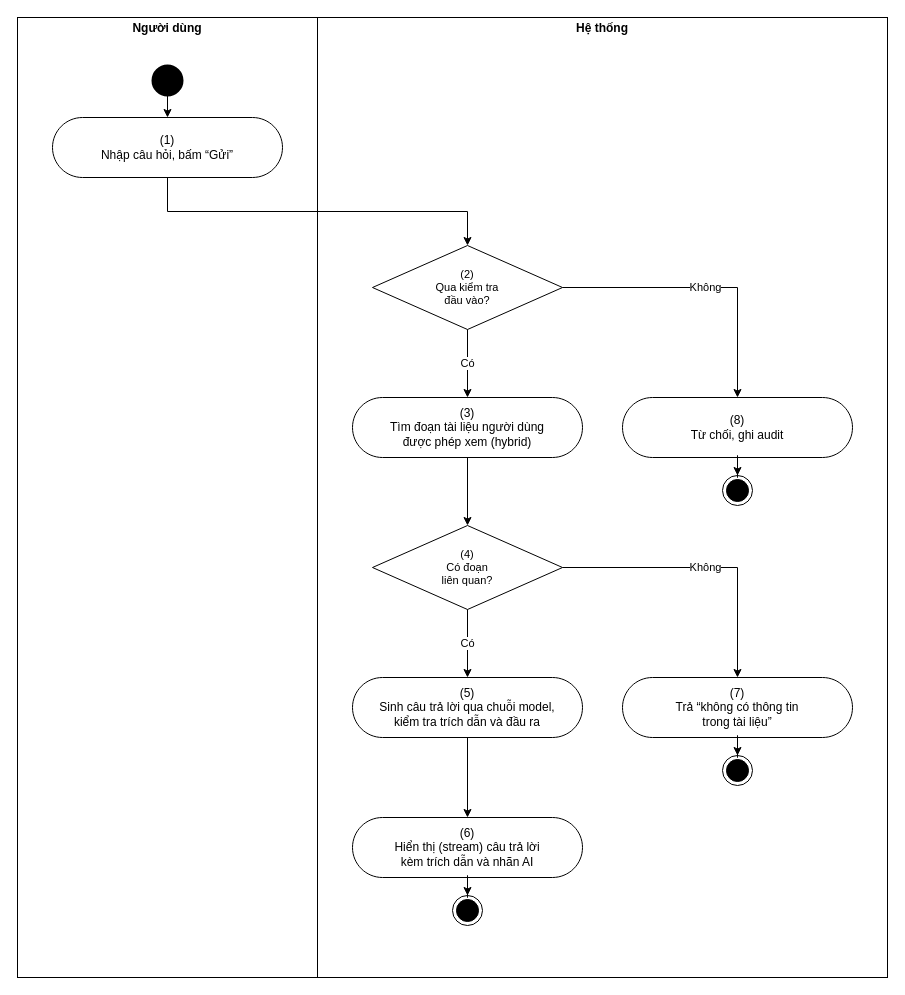
Earlier version of the draw.io diagram page "UC 32 Ask the medical knowledge assistant" (1 of 5) of docs/02-requirements/srs/dist/diagrams/10-activity-ai.drawio (viethung12062005/smart-hospital-platform). Source tidied: cells renumbered, new cells numbered last; positions are measured from the earlier drawing's top-left corner, leaving out a move shared by most shapes. Both pictures are drawn from the tidied source at 100%, with x=0, y=0 at pixel (17, 17).
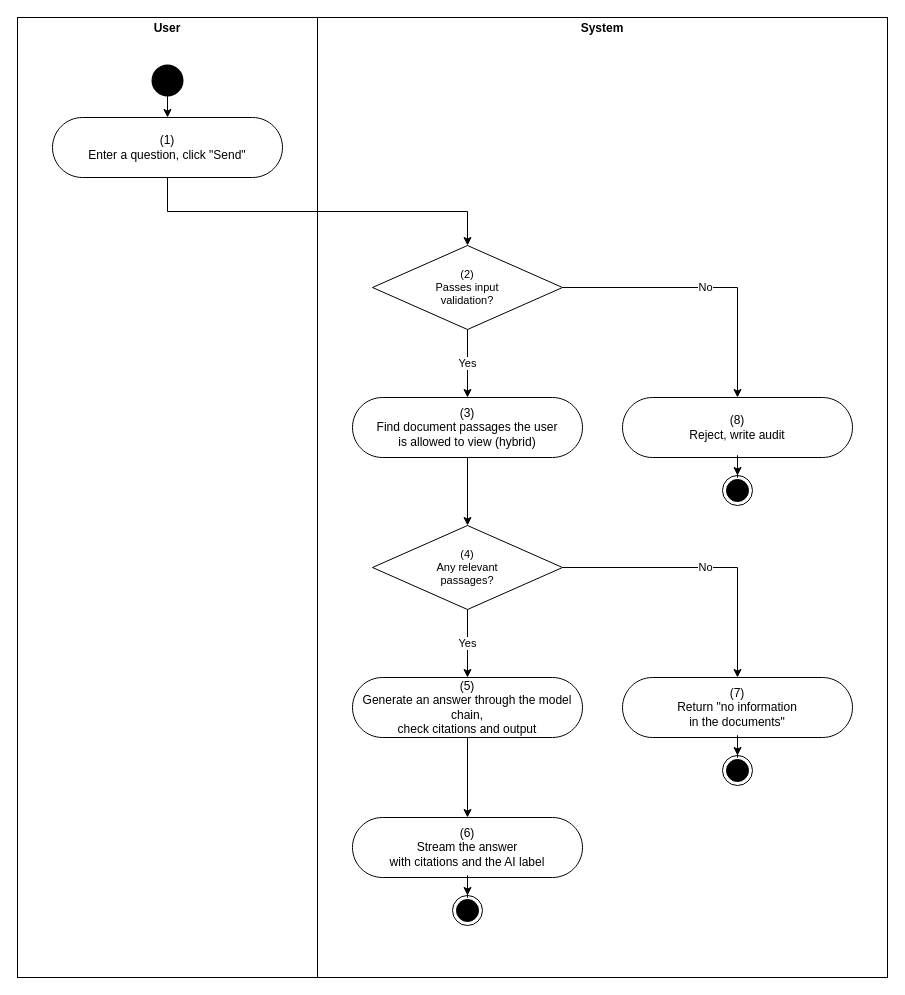
The same page after the edit.

The edit, as a diff of the source:
```diff
@@
-    <mxCell id="2" value="&lt;p style=&quot;margin:0px;margin-top:4px;text-align:center&quot;&gt;&lt;b&gt;Người dùng&lt;/b&gt;&lt;/p&gt;" style="verticalAlign=top;align=left;overflow=fill;fontSize=12;fontFamily=Helvetica;html=1;rounded=0;shadow=0;strokeColor=#000000;gradientColor=none;whiteSpace=wrap;" parent="1" vertex="1">
+    <mxCell id="2" value="&lt;p style=&quot;margin:0px;margin-top:4px;text-align:center&quot;&gt;&lt;b&gt;User&lt;/b&gt;&lt;/p&gt;" style="verticalAlign=top;align=left;overflow=fill;fontSize=12;fontFamily=Helvetica;html=1;rounded=0;shadow=0;strokeColor=#000000;gradientColor=none;whiteSpace=wrap;" parent="1" vertex="1">
       <mxGeometry width="300" height="960" as="geometry" />
     </mxCell>
-    <mxCell id="3" value="&lt;p style=&quot;margin:0px;margin-top:4px;text-align:center&quot;&gt;&lt;b&gt;Hệ thống&lt;/b&gt;&lt;/p&gt;" style="verticalAlign=top;align=left;overflow=fill;fontSize=12;fontFamily=Helvetica;html=1;rounded=0;shadow=0;strokeColor=#000000;gradientColor=none;whiteSpace=wrap;" parent="1" vertex="1">
+    <mxCell id="3" value="&lt;p style=&quot;margin:0px;margin-top:4px;text-align:center&quot;&gt;&lt;b&gt;System&lt;/b&gt;&lt;/p&gt;" style="verticalAlign=top;align=left;overflow=fill;fontSize=12;fontFamily=Helvetica;html=1;rounded=0;shadow=0;strokeColor=#000000;gradientColor=none;whiteSpace=wrap;" parent="1" vertex="1">
       <mxGeometry x="300" width="570" height="960" as="geometry" />
     </mxCell>
-    <mxCell id="4" value="(1)&lt;br&gt;Nhập câu hỏi, bấm “Gửi”" style="html=1;dashed=0;whitespace=wrap;shape=mxgraph.dfd.start;rounded=0;shadow=0;strokeColor=#000000;gradientColor=none;whiteSpace=wrap;fontSize=12;" parent="1" vertex="1">
+    <mxCell id="4" value="(1)&lt;br&gt;Enter a question, click &amp;quot;Send&amp;quot;" style="html=1;dashed=0;whitespace=wrap;shape=mxgraph.dfd.start;rounded=0;shadow=0;strokeColor=#000000;gradientColor=none;whiteSpace=wrap;fontSize=12;" parent="1" vertex="1">
       <mxGeometry x="35" y="100" width="230" height="60" as="geometry" />
     </mxCell>
-    <mxCell id="5" value="(2)&lt;br&gt;Qua kiểm tra&lt;br&gt;đầu vào?" style="rhombus;html=1;whiteSpace=wrap;strokeColor=#000000;fontSize=11;" parent="1" vertex="1">
+    <mxCell id="5" value="(2)&lt;br&gt;Passes input&lt;br&gt;validation?" style="rhombus;html=1;whiteSpace=wrap;strokeColor=#000000;fontSize=11;" parent="1" vertex="1">
       <mxGeometry x="355" y="228" width="190" height="84" as="geometry" />
     </mxCell>
-    <mxCell id="6" value="(3)&lt;br&gt;Tìm đoạn tài liệu người dùng&lt;br&gt;được phép xem (hybrid)" style="html=1;dashed=0;whitespace=wrap;shape=mxgraph.dfd.start;rounded=0;shadow=0;strokeColor=#000000;gradientColor=none;whiteSpace=wrap;fontSize=12;" parent="1" vertex="1">
+    <mxCell id="6" value="(3)&lt;br&gt;Find document passages the user&lt;br&gt;is allowed to view (hybrid)" style="html=1;dashed=0;whitespace=wrap;shape=mxgraph.dfd.start;rounded=0;shadow=0;strokeColor=#000000;gradientColor=none;whiteSpace=wrap;fontSize=12;" parent="1" vertex="1">
       <mxGeometry x="335" y="380" width="230" height="60" as="geometry" />
     </mxCell>
-    <mxCell id="7" value="(4)&lt;br&gt;Có đoạn&lt;br&gt;liên quan?" style="rhombus;html=1;whiteSpace=wrap;strokeColor=#000000;fontSize=11;" parent="1" vertex="1">
+    <mxCell id="7" value="(4)&lt;br&gt;Any relevant&lt;br&gt;passages?" style="rhombus;html=1;whiteSpace=wrap;strokeColor=#000000;fontSize=11;" parent="1" vertex="1">
       <mxGeometry x="355" y="508" width="190" height="84" as="geometry" />
     </mxCell>
-    <mxCell id="8" value="(5)&lt;br&gt;Sinh câu trả lời qua chuỗi model,&lt;br&gt;kiểm tra trích dẫn và đầu ra" style="html=1;dashed=0;whitespace=wrap;shape=mxgraph.dfd.start;rounded=0;shadow=0;strokeColor=#000000;gradientColor=none;whiteSpace=wrap;fontSize=12;" parent="1" vertex="1">
+    <mxCell id="8" value="(5)&lt;br&gt;Generate an answer through the model chain,&lt;br&gt;check citations and output" style="html=1;dashed=0;whitespace=wrap;shape=mxgraph.dfd.start;rounded=0;shadow=0;strokeColor=#000000;gradientColor=none;whiteSpace=wrap;fontSize=12;" parent="1" vertex="1">
       <mxGeometry x="335" y="660" width="230" height="60" as="geometry" />
     </mxCell>
-    <mxCell id="9" value="(6)&lt;br&gt;Hiển thị (stream) câu trả lời&lt;br&gt;kèm trích dẫn và nhãn AI" style="html=1;dashed=0;whitespace=wrap;shape=mxgraph.dfd.start;rounded=0;shadow=0;strokeColor=#000000;gradientColor=none;whiteSpace=wrap;fontSize=12;" parent="1" vertex="1">
+    <mxCell id="9" value="(6)&lt;br&gt;Stream the answer&lt;br&gt;with citations and the AI label" style="html=1;dashed=0;whitespace=wrap;shape=mxgraph.dfd.start;rounded=0;shadow=0;strokeColor=#000000;gradientColor=none;whiteSpace=wrap;fontSize=12;" parent="1" vertex="1">
       <mxGeometry x="335" y="800" width="230" height="60" as="geometry" />
     </mxCell>
-    <mxCell id="10" value="(7)&lt;br&gt;Trả “không có thông tin&lt;br&gt;trong tài liệu”" style="html=1;dashed=0;whitespace=wrap;shape=mxgraph.dfd.start;rounded=0;shadow=0;strokeColor=#000000;gradientColor=none;whiteSpace=wrap;fontSize=12;" parent="1" vertex="1">
+    <mxCell id="10" value="(7)&lt;br&gt;Return &amp;quot;no information&lt;br&gt;in the documents&amp;quot;" style="html=1;dashed=0;whitespace=wrap;shape=mxgraph.dfd.start;rounded=0;shadow=0;strokeColor=#000000;gradientColor=none;whiteSpace=wrap;fontSize=12;" parent="1" vertex="1">
       <mxGeometry x="605" y="660" width="230" height="60" as="geometry" />
     </mxCell>
-    <mxCell id="11" value="(8)&lt;br&gt;Từ chối, ghi audit" style="html=1;dashed=0;whitespace=wrap;shape=mxgraph.dfd.start;rounded=0;shadow=0;strokeColor=#000000;gradientColor=none;whiteSpace=wrap;fontSize=12;" parent="1" vertex="1">
+    <mxCell id="11" value="(8)&lt;br&gt;Reject, write audit" style="html=1;dashed=0;whitespace=wrap;shape=mxgraph.dfd.start;rounded=0;shadow=0;strokeColor=#000000;gradientColor=none;whiteSpace=wrap;fontSize=12;" parent="1" vertex="1">
       <mxGeometry x="605" y="380" width="230" height="60" as="geometry" />
     </mxCell>
@@
-    <mxCell id="15" value="Có" style="edgeStyle=orthogonalEdgeStyle;rounded=0;jettySize=auto;html=1;exitX=0.5;exitY=1;exitDx=0;exitDy=0;entryX=0.5;entryY=0;entryDx=0;entryDy=0;" parent="1" edge="1" source="5" target="6">
+    <mxCell id="15" value="Yes" style="edgeStyle=orthogonalEdgeStyle;rounded=0;jettySize=auto;html=1;exitX=0.5;exitY=1;exitDx=0;exitDy=0;entryX=0.5;entryY=0;entryDx=0;entryDy=0;" parent="1" edge="1" source="5" target="6">
       <mxGeometry relative="1" as="geometry" />
     </mxCell>
-    <mxCell id="16" value="Không" style="edgeStyle=orthogonalEdgeStyle;rounded=0;jettySize=auto;html=1;exitX=1;exitY=0.5;exitDx=0;exitDy=0;entryX=0.5;entryY=0;entryDx=0;entryDy=0;" parent="1" edge="1" source="5" target="11">
+    <mxCell id="16" value="No" style="edgeStyle=orthogonalEdgeStyle;rounded=0;jettySize=auto;html=1;exitX=1;exitY=0.5;exitDx=0;exitDy=0;entryX=0.5;entryY=0;entryDx=0;entryDy=0;" parent="1" edge="1" source="5" target="11">
       <mxGeometry relative="1" as="geometry" />
     </mxCell>
@@
-    <mxCell id="18" value="Có" style="edgeStyle=orthogonalEdgeStyle;rounded=0;jettySize=auto;html=1;exitX=0.5;exitY=1;exitDx=0;exitDy=0;entryX=0.5;entryY=0;entryDx=0;entryDy=0;" parent="1" edge="1" source="7" target="8">
+    <mxCell id="18" value="Yes" style="edgeStyle=orthogonalEdgeStyle;rounded=0;jettySize=auto;html=1;exitX=0.5;exitY=1;exitDx=0;exitDy=0;entryX=0.5;entryY=0;entryDx=0;entryDy=0;" parent="1" edge="1" source="7" target="8">
       <mxGeometry relative="1" as="geometry" />
     </mxCell>
-    <mxCell id="19" value="Không" style="edgeStyle=orthogonalEdgeStyle;rounded=0;jettySize=auto;html=1;exitX=1;exitY=0.5;exitDx=0;exitDy=0;entryX=0.5;entryY=0;entryDx=0;entryDy=0;" parent="1" edge="1" source="7" target="10">
+    <mxCell id="19" value="No" style="edgeStyle=orthogonalEdgeStyle;rounded=0;jettySize=auto;html=1;exitX=1;exitY=0.5;exitDx=0;exitDy=0;entryX=0.5;entryY=0;entryDx=0;entryDy=0;" parent="1" edge="1" source="7" target="10">
       <mxGeometry relative="1" as="geometry" />
     </mxCell>
```
